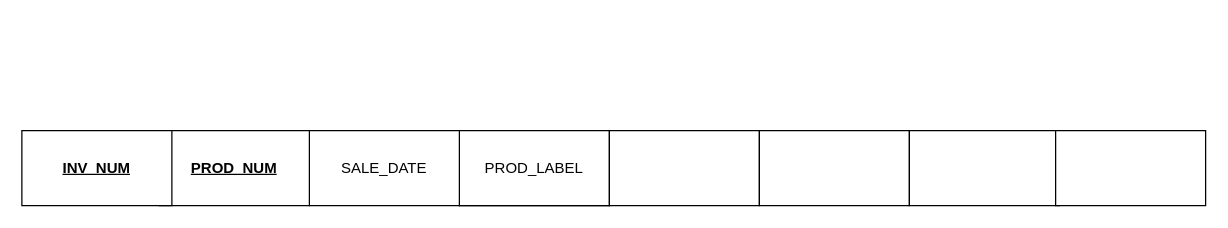
This is Untitled Diagram.drawio from evanchime/Algorithms, a draw.io file, before an edit. Source tidied: cells renumbered, new cells numbered last; positions are measured from the earlier drawing's top-left corner, leaving out a move shared by most shapes. Both pictures are drawn from the tidied source at 125%, with x=0, y=0 at pixel (21, 130).
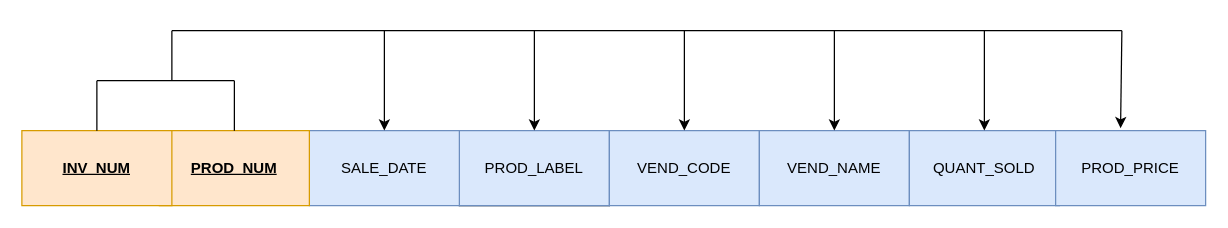
The same page after the edit.

The edit, as a diff of the source:
```diff
@@
-    <mxCell id="3" value="PROD_LABEL" style="rounded=0;whiteSpace=wrap;html=1;" parent="1" vertex="1">
+    <mxCell id="3" value="PROD_LABEL" style="rounded=0;whiteSpace=wrap;html=1;fillColor=#dae8fc;strokeColor=#6c8ebf;" parent="1" vertex="1">
       <mxGeometry x="350" width="120" height="60" as="geometry" />
     </mxCell>
-    <mxCell id="4" style="rounded=0;whiteSpace=wrap;html=1;" parent="1" vertex="1">
+    <mxCell id="4" value="VEND_CODE" style="rounded=0;whiteSpace=wrap;html=1;fillColor=#dae8fc;strokeColor=#6c8ebf;" parent="1" vertex="1">
       <mxGeometry x="470" width="120" height="60" as="geometry" />
     </mxCell>
-    <mxCell id="5" value="SALE_DATE" style="rounded=0;whiteSpace=wrap;html=1;" parent="1" vertex="1">
+    <mxCell id="5" value="SALE_DATE" style="rounded=0;whiteSpace=wrap;html=1;fillColor=#dae8fc;strokeColor=#6c8ebf;" parent="1" vertex="1">
       <mxGeometry x="230" width="120" height="60" as="geometry" />
     </mxCell>
-    <mxCell id="6" value="&lt;b&gt;&lt;u&gt;PROD_NUM&lt;/u&gt;&lt;/b&gt;" style="rounded=0;whiteSpace=wrap;html=1;" parent="1" vertex="1">
+    <mxCell id="6" value="&lt;b&gt;&lt;u&gt;PROD_NUM&lt;/u&gt;&lt;/b&gt;" style="rounded=0;whiteSpace=wrap;html=1;fillColor=#ffe6cc;strokeColor=#d79b00;" parent="1" vertex="1">
       <mxGeometry x="110" width="120" height="60" as="geometry" />
     </mxCell>
-    <mxCell id="7" value="&lt;b&gt;&lt;u&gt;INV_NUM&lt;/u&gt;&lt;/b&gt;" style="rounded=0;whiteSpace=wrap;html=1;" parent="1" vertex="1">
+    <mxCell id="7" value="&lt;b&gt;&lt;u&gt;INV_NUM&lt;/u&gt;&lt;/b&gt;" style="rounded=0;whiteSpace=wrap;html=1;fillColor=#ffe6cc;strokeColor=#d79b00;" parent="1" vertex="1">
       <mxGeometry width="120" height="60" as="geometry" />
     </mxCell>
-    <mxCell id="8" style="rounded=0;whiteSpace=wrap;html=1;" parent="1" vertex="1">
+    <mxCell id="8" value="VEND_NAME" style="rounded=0;whiteSpace=wrap;html=1;fillColor=#dae8fc;strokeColor=#6c8ebf;" parent="1" vertex="1">
       <mxGeometry x="590" width="120" height="60" as="geometry" />
     </mxCell>
-    <mxCell id="9" style="rounded=0;whiteSpace=wrap;html=1;" parent="1" vertex="1">
+    <mxCell id="9" value="QUANT_SOLD" style="rounded=0;whiteSpace=wrap;html=1;fillColor=#dae8fc;strokeColor=#6c8ebf;" parent="1" vertex="1">
       <mxGeometry x="710" width="120" height="60" as="geometry" />
     </mxCell>
-    <mxCell id="10" style="rounded=0;whiteSpace=wrap;html=1;" parent="1" vertex="1">
+    <mxCell id="10" value="PROD_PRICE" style="rounded=0;whiteSpace=wrap;html=1;fillColor=#dae8fc;strokeColor=#6c8ebf;" parent="1" vertex="1">
       <mxGeometry x="827" width="120" height="60" as="geometry" />
     </mxCell>
+    <mxCell id="11" style="endArrow=none;html=1;rounded=0;exitX=0.5;exitY=0;exitDx=0;exitDy=0;" parent="1" edge="1" source="7">
+      <mxGeometry relative="1" as="geometry">
+        <mxPoint x="60" y="-40" as="targetPoint" />
+      </mxGeometry>
+    </mxCell>
+    <mxCell id="12" style="endArrow=none;html=1;rounded=0;" parent="1" edge="1">
+      <mxGeometry relative="1" as="geometry">
+        <mxPoint x="60" y="-40" as="sourcePoint" />
+        <mxPoint x="170" y="-40" as="targetPoint" />
+      </mxGeometry>
+    </mxCell>
+    <mxCell id="13" style="endArrow=none;html=1;rounded=0;exitX=0.5;exitY=0;exitDx=0;exitDy=0;" parent="1" edge="1" source="6">
+      <mxGeometry relative="1" as="geometry">
+        <mxPoint x="170" y="-40" as="targetPoint" />
+      </mxGeometry>
+    </mxCell>
+    <mxCell id="14" style="endArrow=none;html=1;rounded=0;" parent="1" edge="1">
+      <mxGeometry relative="1" as="geometry">
+        <mxPoint x="120" y="-40" as="sourcePoint" />
+        <mxPoint x="120" y="-80" as="targetPoint" />
+      </mxGeometry>
+    </mxCell>
+    <mxCell id="15" style="endArrow=none;html=1;rounded=0;" parent="1" edge="1">
+      <mxGeometry relative="1" as="geometry">
+        <mxPoint x="120" y="-80" as="sourcePoint" />
+        <mxPoint x="880" y="-80" as="targetPoint" />
+      </mxGeometry>
+    </mxCell>
+    <mxCell id="16" style="endArrow=classic;html=1;rounded=0;entryX=0.433;entryY=-0.033;entryDx=0;entryDy=0;entryPerimeter=0;" parent="1" edge="1" target="10">
+      <mxGeometry relative="1" as="geometry">
+        <mxPoint x="880" y="-80" as="sourcePoint" />
+      </mxGeometry>
+    </mxCell>
+    <mxCell id="17" style="endArrow=classic;html=1;rounded=0;entryX=0.5;entryY=0;entryDx=0;entryDy=0;" parent="1" edge="1" target="5">
+      <mxGeometry relative="1" as="geometry">
+        <mxPoint x="290" y="-80" as="sourcePoint" />
+      </mxGeometry>
+    </mxCell>
+    <mxCell id="18" style="endArrow=classic;html=1;rounded=0;" parent="1" edge="1" target="3">
+      <mxGeometry relative="1" as="geometry">
+        <mxPoint x="410" y="-80" as="sourcePoint" />
+      </mxGeometry>
+    </mxCell>
+    <mxCell id="19" style="endArrow=classic;html=1;rounded=0;entryX=0.5;entryY=0;entryDx=0;entryDy=0;" parent="1" edge="1" target="4">
+      <mxGeometry relative="1" as="geometry">
+        <mxPoint x="530" y="-80" as="sourcePoint" />
+      </mxGeometry>
+    </mxCell>
+    <mxCell id="20" style="endArrow=classic;html=1;rounded=0;entryX=0.5;entryY=0;entryDx=0;entryDy=0;" parent="1" edge="1" target="8">
+      <mxGeometry relative="1" as="geometry">
+        <mxPoint x="650" y="-80" as="sourcePoint" />
+      </mxGeometry>
+    </mxCell>
+    <mxCell id="21" style="endArrow=classic;html=1;rounded=0;entryX=0.5;entryY=0;entryDx=0;entryDy=0;" parent="1" edge="1" target="9">
+      <mxGeometry relative="1" as="geometry">
+        <mxPoint x="770" y="-80" as="sourcePoint" />
+      </mxGeometry>
+    </mxCell>
```
